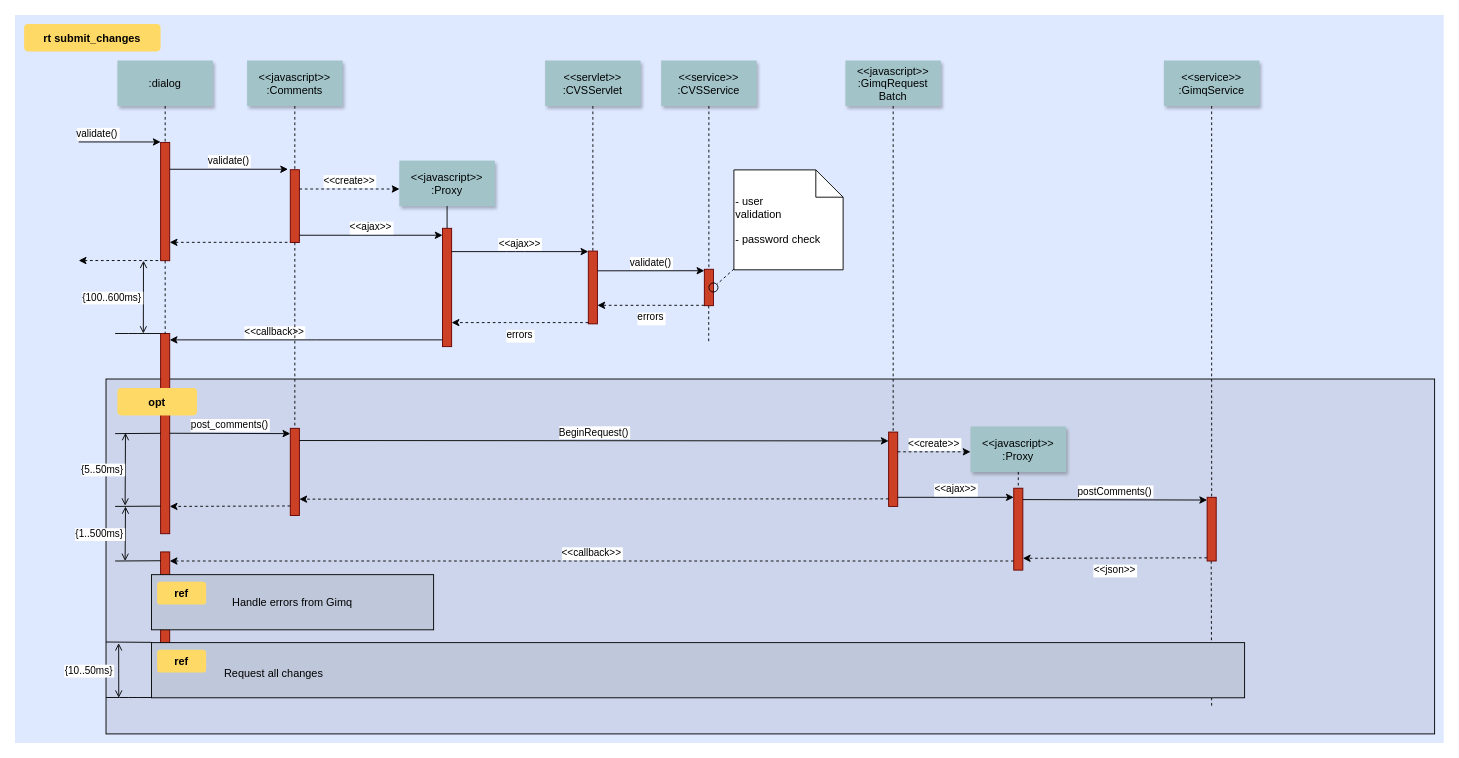
Kent-Mu/drawio keeps this draw.io diagram as Untitled Diagram.drawio. Above is the earlier version. Source tidied: cells renumbered, new cells numbered last; positions are measured from the earlier drawing's top-left corner, leaving out a move shared by most shapes. Both pictures are drawn from the tidied source at 91%, with x=0, y=0 at pixel (15, 15).
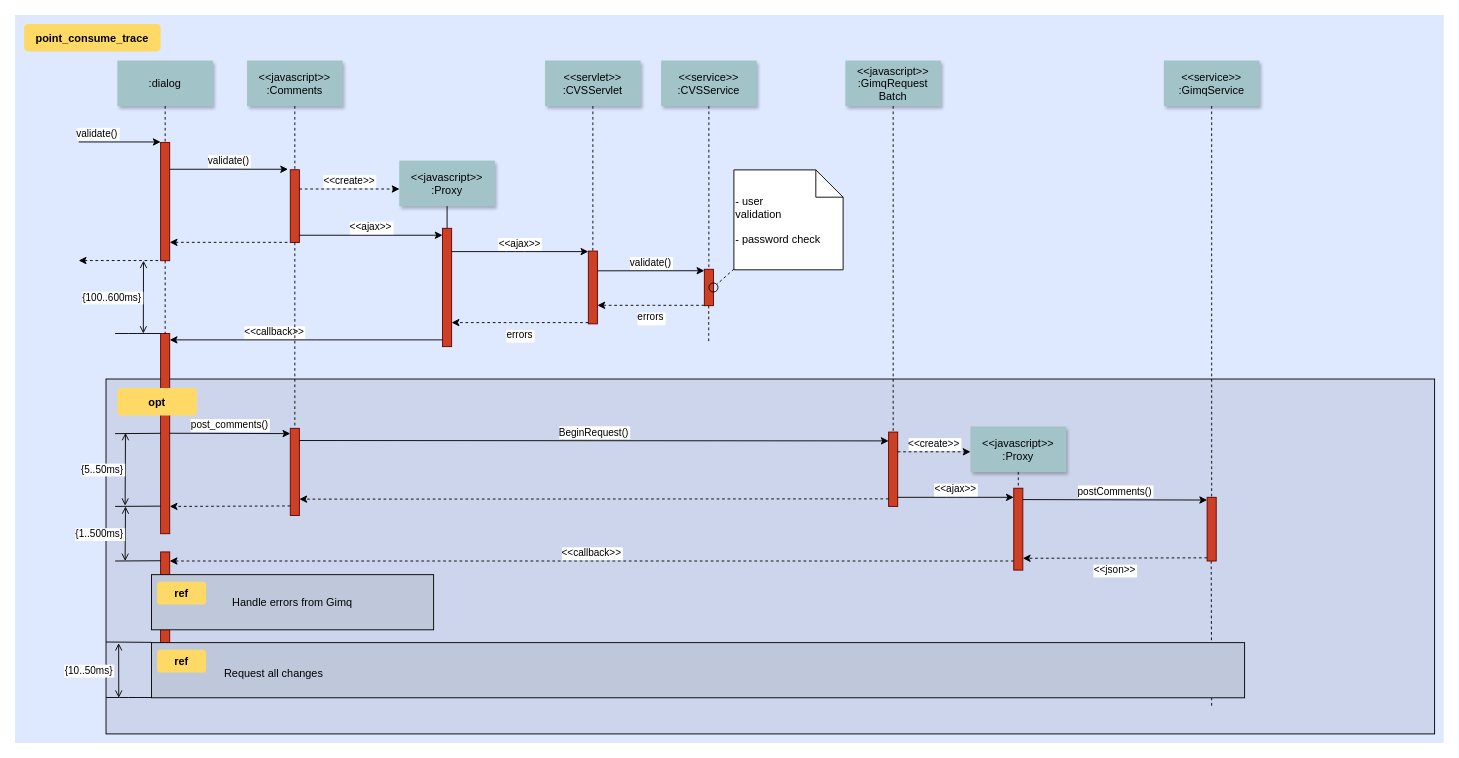
Above is the later version.

What changed in the source:
```diff
@@
-    <mxCell id="60" value="rt submit_changes" style="rounded=1;fontStyle=1;fillColor=#FFD966;strokeColor=none;" parent="1" vertex="1">
+    <mxCell id="60" value="point_consume_trace" style="rounded=1;fontStyle=1;fillColor=#FFD966;strokeColor=none;" parent="1" vertex="1">
       <mxGeometry x="10" y="10" width="150" height="30" as="geometry" />
     </mxCell>
```
